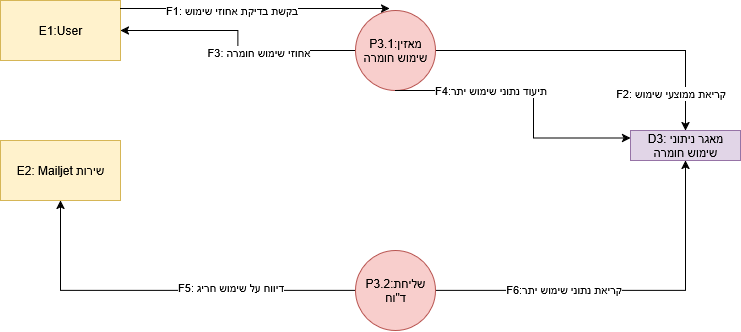
Above: הפרוייקט/DFD1P3SUB.drawio.png in EyasSh/WiresharkClone (draw.io), before the change. Source tidied: cells renumbered, new cells last; positions are measured from the earlier drawing's top-left corner, leaving out a move shared by most shapes.
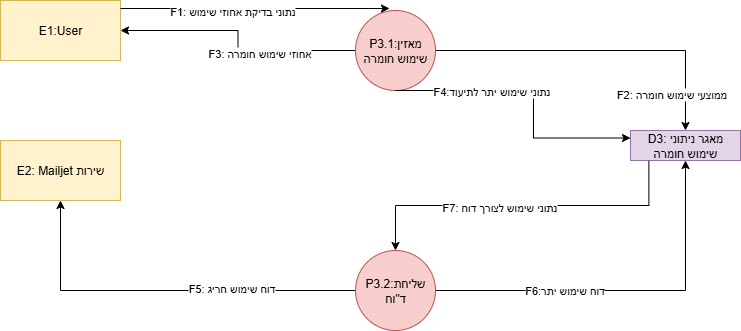
Later version of the same file.

Diff of the diagram source:
```diff
@@ -26,13 +26,13 @@
     <mxCell id="9" style="edgeStyle=orthogonalEdgeStyle;rounded=0;jettySize=auto;html=1;entryX=0.5;entryY=1;entryDx=0;entryDy=0;" parent="1" edge="1" source="13" target="8">
       <mxGeometry relative="1" as="geometry" />
     </mxCell>
-    <mxCell id="10" value="F5: דיווח על שימוש חריג" style="edgeLabel;html=1;align=center;verticalAlign=middle;" parent="9" vertex="1">
+    <mxCell id="10" value="F5: דוח שימוש חריג" style="edgeLabel;html=1;align=center;verticalAlign=middle;" parent="9" vertex="1">
       <mxGeometry x="-0.35" y="-3" relative="1" as="geometry" />
     </mxCell>
     <mxCell id="11" style="edgeStyle=orthogonalEdgeStyle;rounded=0;jettySize=auto;html=1;entryX=0.5;entryY=1;entryDx=0;entryDy=0;" parent="1" edge="1" source="13" target="2">
       <mxGeometry relative="1" as="geometry" />
     </mxCell>
-    <mxCell id="12" value="F6:קריאת נתוני שימוש יתר" style="edgeLabel;html=1;align=center;verticalAlign=middle;" parent="11" vertex="1">
+    <mxCell id="12" value="F6:דוח שימוש יתר" style="edgeLabel;html=1;align=center;verticalAlign=middle;" parent="11" vertex="1">
       <mxGeometry x="-0.33" y="1" relative="1" as="geometry" />
     </mxCell>
     <mxCell id="13" value="P3.2:שליחת ד&quot;וח" style="ellipse;whiteSpace=wrap;html=1;fillColor=#f8cecc;strokeColor=#b85450;" parent="1" vertex="1">
@@ -46,12 +46,12 @@
         </Array>
       </mxGeometry>
     </mxCell>
-    <mxCell id="15" value="F2: קריאת ממוצעי שימוש" style="edgeLabel;html=1;align=center;verticalAlign=middle;" parent="14" vertex="1">
+    <mxCell id="15" value="F2: ממוצעי שימוש חומרה" style="edgeLabel;html=1;align=center;verticalAlign=middle;" parent="14" vertex="1">
       <mxGeometry x="-0.01" y="2" relative="1" as="geometry">
         <mxPoint x="135" y="1" as="offset" />
       </mxGeometry>
     </mxCell>
-    <mxCell id="16" value="F4:תיעוד נתוני שימוש יתר" style="edgeLabel;html=1;align=center;verticalAlign=middle;" parent="14" vertex="1">
+    <mxCell id="16" value="F4:נתוני שימוש יתר לתיעוד" style="edgeLabel;html=1;align=center;verticalAlign=middle;" parent="14" vertex="1">
       <mxGeometry x="-0.61" y="1" relative="1" as="geometry">
         <mxPoint x="40" y="1" as="offset" />
       </mxGeometry>
@@ -64,8 +64,14 @@
         </Array>
       </mxGeometry>
     </mxCell>
-    <mxCell id="18" value="F1: בקשת בדיקת אחוזי שימוש" style="edgeLabel;html=1;align=center;verticalAlign=middle;" parent="17" vertex="1">
+    <mxCell id="18" value="F1: נתוני בדיקת אחוזי שימוש" style="edgeLabel;html=1;align=center;verticalAlign=middle;" parent="17" vertex="1">
       <mxGeometry x="-0.17" y="-2" relative="1" as="geometry" />
     </mxCell>
+    <mxCell id="19" style="endArrow=classic;html=1;rounded=0;exitX=0.167;exitY=1.013;exitDx=0;exitDy=0;exitPerimeter=0;entryX=0.5;entryY=0;entryDx=0;entryDy=0;edgeStyle=elbowEdgeStyle;elbow=vertical;" parent="1" edge="1" source="2" target="13">
+      <mxGeometry relative="1" as="geometry" />
+    </mxCell>
+    <mxCell id="20" value="F7: נתוני שימוש לצורך דוח" style="edgeLabel;html=1;align=center;verticalAlign=middle;" parent="19" vertex="1">
+      <mxGeometry x="0.13" y="1" relative="1" as="geometry" />
+    </mxCell>
   </root>
 </mxGraphModel>
```
